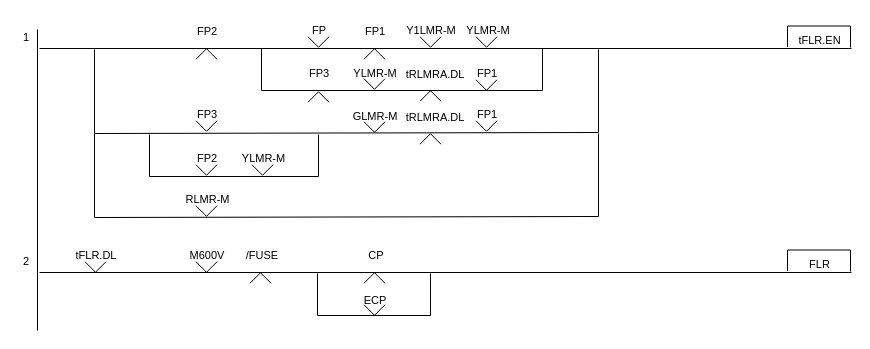
Above: page "고장정보로직직" (7 of 10) of Signal/Signal-Control-Logic.drawio in chillin2/MyDraw.io (draw.io), before the change. Source tidied: cells renumbered, new cells numbered last; positions are measured from the earlier drawing's top-left corner, leaving out a move shared by most shapes. Both pictures are drawn from the tidied source at 100%, with x=0, y=0 at pixel (17, 22).
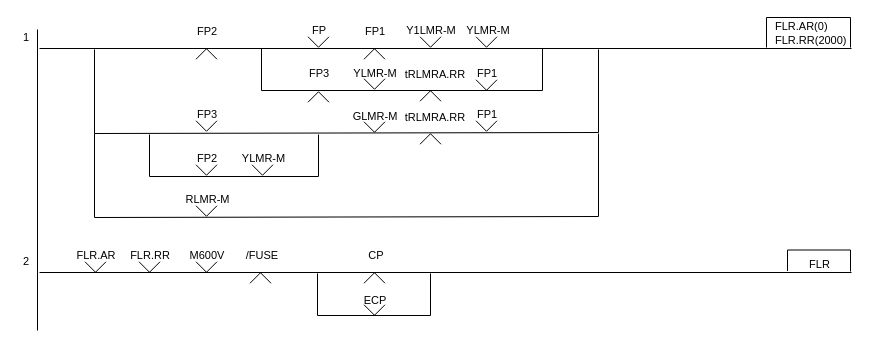
After the change.

Diff of the diagram source:
```diff
@@
-    <mxCell id="5" value="tFLR.EN" style="text;html=1;strokeColor=none;fillColor=none;align=center;verticalAlign=middle;whiteSpace=wrap;rounded=0;fontFamily=Helvetica;fontSize=11;fontColor=default;" parent="1" vertex="1">
-      <mxGeometry x="779" y="11" width="47" height="13" as="geometry" />
+    <mxCell id="5" value="FLR.AR(0)&lt;br&gt;FLR.RR(2000)" style="text;html=1;strokeColor=none;fillColor=none;align=left;verticalAlign=middle;whiteSpace=wrap;rounded=0;fontFamily=Helvetica;fontSize=11;fontColor=default;" parent="1" vertex="1">
+      <mxGeometry x="756" y="4" width="77" height="13" as="geometry" />
     </mxCell>
     <mxCell id="6" style="endArrow=none;html=1;rounded=0;labelBackgroundColor=default;fontFamily=Helvetica;fontSize=11;fontColor=default;startSize=3;endSize=3;sourcePerimeterSpacing=0;strokeColor=default;shape=connector;jumpStyle=none;jumpSize=6;" parent="1" edge="1">
       <mxGeometry relative="1" as="geometry">
-        <mxPoint x="770" y="24.5" as="sourcePoint" />
+        <mxPoint x="749" y="25" as="sourcePoint" />
         <mxPoint x="833" y="25" as="targetPoint" />
         <Array as="points">
-          <mxPoint x="770" y="3.5" />
-          <mxPoint x="833" y="3.5" />
+          <mxPoint x="749" y="-5" />
+          <mxPoint x="833" y="-5" />
         </Array>
       </mxGeometry>
     </mxCell>
@@
-    <mxCell id="22" value="tRLMRA.DL" style="text;html=1;strokeColor=none;fillColor=none;align=center;verticalAlign=middle;whiteSpace=wrap;rounded=0;fontFamily=Helvetica;fontSize=11;fontColor=default;" parent="1" vertex="1">
+    <mxCell id="22" value="tRLMRA.RR" style="text;html=1;strokeColor=none;fillColor=none;align=center;verticalAlign=middle;whiteSpace=wrap;rounded=0;fontFamily=Helvetica;fontSize=11;fontColor=default;" parent="1" vertex="1">
       <mxGeometry x="398" y="44" width="40" height="15" as="geometry" />
     </mxCell>
@@
-    <mxCell id="31" value="tRLMRA.DL" style="text;html=1;strokeColor=none;fillColor=none;align=center;verticalAlign=middle;whiteSpace=wrap;rounded=0;fontFamily=Helvetica;fontSize=11;fontColor=default;" parent="1" vertex="1">
+    <mxCell id="31" value="tRLMRA.RR" style="text;html=1;strokeColor=none;fillColor=none;align=center;verticalAlign=middle;whiteSpace=wrap;rounded=0;fontFamily=Helvetica;fontSize=11;fontColor=default;" parent="1" vertex="1">
       <mxGeometry x="398" y="87" width="40" height="15" as="geometry" />
     </mxCell>
@@
-    <mxCell id="44" value="tFLR.DL" style="text;html=1;strokeColor=none;fillColor=none;align=center;verticalAlign=middle;whiteSpace=wrap;rounded=0;fontFamily=Helvetica;fontSize=11;fontColor=default;" parent="1" vertex="1">
+    <mxCell id="44" value="FLR.AR" style="text;html=1;strokeColor=none;fillColor=none;align=center;verticalAlign=middle;whiteSpace=wrap;rounded=0;fontFamily=Helvetica;fontSize=11;fontColor=default;" parent="1" vertex="1">
       <mxGeometry x="59" y="225" width="40" height="15" as="geometry" />
     </mxCell>
@@
+    <mxCell id="58" value="FLR.RR" style="text;html=1;strokeColor=none;fillColor=none;align=center;verticalAlign=middle;whiteSpace=wrap;rounded=0;fontFamily=Helvetica;fontSize=11;fontColor=default;" parent="1" vertex="1">
+      <mxGeometry x="113" y="225" width="40" height="15" as="geometry" />
+    </mxCell>
+    <mxCell id="59" style="verticalLabelPosition=bottom;html=1;verticalAlign=top;align=center;shape=mxgraph.floorplan.windowBow;strokeWidth=1;fontSize=11;" parent="1" vertex="1">
+      <mxGeometry x="121.5" y="239" width="21" height="11" as="geometry" />
+    </mxCell>
```
